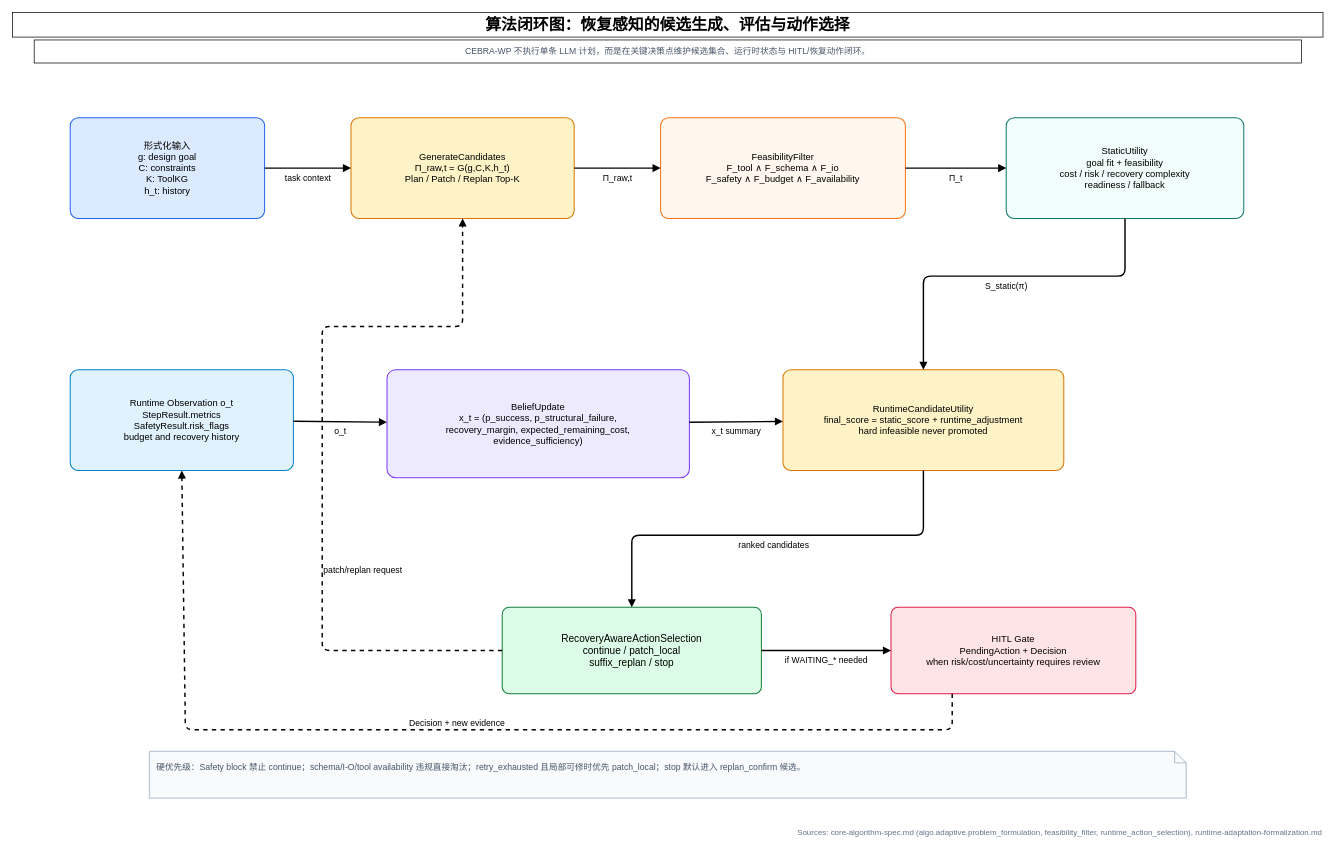
This is paper/figures/algorithm-loop.drawio from Yuri-Kon/thesis-project, a draw.io file, before an edit. Source tidied: cells renumbered, new cells numbered last; positions are measured from the earlier drawing's top-left corner, leaving out a move shared by most shapes. Both pictures are drawn from the tidied source at 72%, with x=0, y=0 at pixel (12, 12).
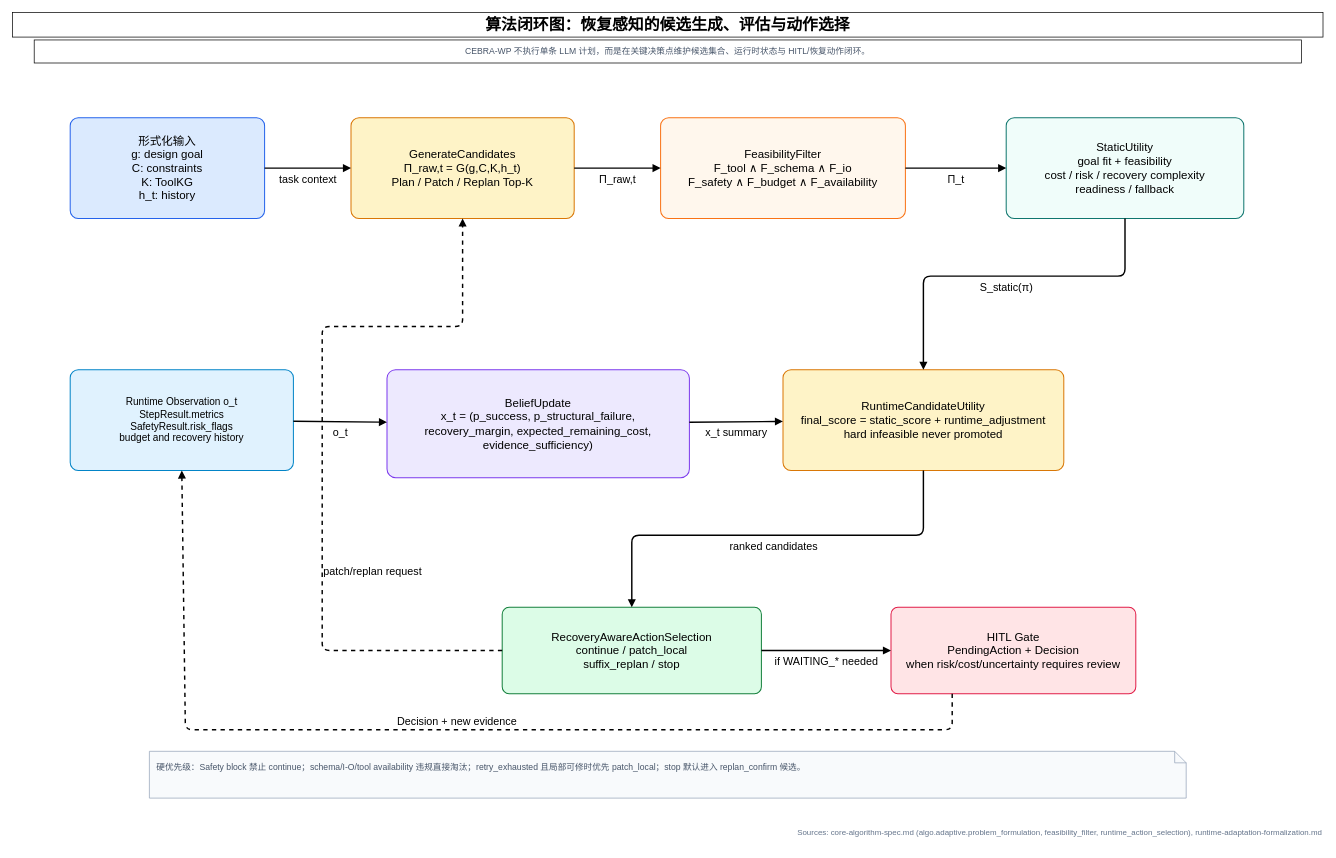
The same diagram, later.

Diff of the diagram source:
```diff
@@
-    <mxCell id="4" value="形式化输入&lt;br&gt;g: design goal&lt;br&gt;C: constraints&lt;br&gt;K: ToolKG&lt;br&gt;h_t: history" style="rounded=1;whiteSpace=wrap;html=1;arcSize=8;fillColor=#DBEAFE;strokeColor=#2563EB;strokeWidth=1.4;fontFamily=Helvetica;fontSize=13;align=center;verticalAlign=middle;spacing=8;" parent="1" vertex="1">
+    <mxCell id="4" value="&lt;font style=&quot;font-size: 16px;&quot;&gt;形式化输入&lt;br&gt;g: design goal&lt;br&gt;C: constraints&lt;br&gt;K: ToolKG&lt;br&gt;h_t: history&lt;/font&gt;" style="rounded=1;whiteSpace=wrap;html=1;arcSize=8;fillColor=#DBEAFE;strokeColor=#2563EB;strokeWidth=1.4;fontFamily=Helvetica;fontSize=13;align=center;verticalAlign=middle;spacing=8;" parent="1" vertex="1">
       <mxGeometry x="80" y="146" width="270" height="140" as="geometry" />
     </mxCell>
-    <mxCell id="5" value="GenerateCandidates&lt;br&gt;Π_raw,t = G(g,C,K,h_t)&lt;br&gt;Plan / Patch / Replan Top-K" style="rounded=1;whiteSpace=wrap;html=1;arcSize=8;fillColor=#FEF3C7;strokeColor=#D97706;strokeWidth=1.4;fontFamily=Helvetica;fontSize=13;align=center;verticalAlign=middle;spacing=8;" parent="1" vertex="1">
+    <mxCell id="5" value="&lt;font style=&quot;font-size: 16px;&quot;&gt;GenerateCandidates&lt;br&gt;Π_raw,t = G(g,C,K,h_t)&lt;br&gt;Plan / Patch / Replan Top-K&lt;/font&gt;" style="rounded=1;whiteSpace=wrap;html=1;arcSize=8;fillColor=#FEF3C7;strokeColor=#D97706;strokeWidth=1.4;fontFamily=Helvetica;fontSize=13;align=center;verticalAlign=middle;spacing=8;" parent="1" vertex="1">
       <mxGeometry x="470" y="146" width="310" height="140" as="geometry" />
     </mxCell>
-    <mxCell id="6" value="FeasibilityFilter&lt;br&gt;F_tool ∧ F_schema ∧ F_io&lt;br&gt;F_safety ∧ F_budget ∧ F_availability" style="rounded=1;whiteSpace=wrap;html=1;arcSize=8;fillColor=#FFF7ED;strokeColor=#F97316;strokeWidth=1.4;fontFamily=Helvetica;fontSize=13;align=center;verticalAlign=middle;spacing=8;" parent="1" vertex="1">
+    <mxCell id="6" value="&lt;font style=&quot;font-size: 16px;&quot;&gt;FeasibilityFilter&lt;br&gt;F_tool ∧ F_schema ∧ F_io&lt;br&gt;F_safety ∧ F_budget ∧ F_availability&lt;/font&gt;" style="rounded=1;whiteSpace=wrap;html=1;arcSize=8;fillColor=#FFF7ED;strokeColor=#F97316;strokeWidth=1.4;fontFamily=Helvetica;fontSize=13;align=center;verticalAlign=middle;spacing=8;" parent="1" vertex="1">
       <mxGeometry x="900" y="146" width="340" height="140" as="geometry" />
     </mxCell>
-    <mxCell id="7" value="StaticUtility&lt;br&gt;goal fit + feasibility&lt;br&gt;cost / risk / recovery complexity&lt;br&gt;readiness / fallback" style="rounded=1;whiteSpace=wrap;html=1;arcSize=8;fillColor=#F0FDFA;strokeColor=#0F766E;strokeWidth=1.4;fontFamily=Helvetica;fontSize=13;align=center;verticalAlign=middle;spacing=8;" parent="1" vertex="1">
+    <mxCell id="7" value="&lt;font style=&quot;font-size: 16px;&quot;&gt;StaticUtility&lt;br&gt;goal fit + feasibility&lt;br&gt;cost / risk / recovery complexity&lt;br&gt;readiness / fallback&lt;/font&gt;" style="rounded=1;whiteSpace=wrap;html=1;arcSize=8;fillColor=#F0FDFA;strokeColor=#0F766E;strokeWidth=1.4;fontFamily=Helvetica;fontSize=13;align=center;verticalAlign=middle;spacing=8;" parent="1" vertex="1">
       <mxGeometry x="1380" y="146" width="330" height="140" as="geometry" />
     </mxCell>
-    <mxCell id="8" value="Runtime Observation o_t&lt;br&gt;StepResult.metrics&lt;br&gt;SafetyResult.risk_flags&lt;br&gt;budget and recovery history" style="rounded=1;whiteSpace=wrap;html=1;arcSize=8;fillColor=#E0F2FE;strokeColor=#0284C7;strokeWidth=1.4;fontFamily=Helvetica;fontSize=13;align=center;verticalAlign=middle;spacing=8;" parent="1" vertex="1">
+    <mxCell id="8" value="&lt;font style=&quot;font-size: 14px;&quot;&gt;Runtime Observation o_t&lt;br&gt;StepResult.metrics&lt;br&gt;SafetyResult.risk_flags&lt;br&gt;budget and recovery history&lt;/font&gt;" style="rounded=1;whiteSpace=wrap;html=1;arcSize=8;fillColor=#E0F2FE;strokeColor=#0284C7;strokeWidth=1.4;fontFamily=Helvetica;fontSize=13;align=center;verticalAlign=middle;spacing=8;" parent="1" vertex="1">
       <mxGeometry x="80" y="496" width="310" height="140" as="geometry" />
     </mxCell>
-    <mxCell id="9" value="BeliefUpdate&lt;br&gt;x_t = (p_success, p_structural_failure,&lt;br&gt;recovery_margin, expected_remaining_cost,&lt;br&gt;evidence_sufficiency)" style="rounded=1;whiteSpace=wrap;html=1;arcSize=8;fillColor=#EDE9FE;strokeColor=#7C3AED;strokeWidth=1.4;fontFamily=Helvetica;fontSize=13;align=center;verticalAlign=middle;spacing=8;" parent="1" vertex="1">
+    <mxCell id="9" value="&lt;font style=&quot;font-size: 16px;&quot;&gt;BeliefUpdate&lt;br&gt;x_t = (p_success, p_structural_failure,&lt;br&gt;recovery_margin, expected_remaining_cost,&lt;br&gt;evidence_sufficiency)&lt;/font&gt;" style="rounded=1;whiteSpace=wrap;html=1;arcSize=8;fillColor=#EDE9FE;strokeColor=#7C3AED;strokeWidth=1.4;fontFamily=Helvetica;fontSize=13;align=center;verticalAlign=middle;spacing=8;" parent="1" vertex="1">
       <mxGeometry x="520" y="496" width="420" height="150" as="geometry" />
     </mxCell>
-    <mxCell id="10" value="RuntimeCandidateUtility&lt;br&gt;final_score = static_score + runtime_adjustment&lt;br&gt;hard infeasible never promoted" style="rounded=1;whiteSpace=wrap;html=1;arcSize=8;fillColor=#FEF3C7;strokeColor=#D97706;strokeWidth=1.4;fontFamily=Helvetica;fontSize=13;align=center;verticalAlign=middle;spacing=8;" parent="1" vertex="1">
+    <mxCell id="10" value="&lt;font style=&quot;font-size: 16px;&quot;&gt;RuntimeCandidateUtility&lt;br&gt;final_score = static_score + runtime_adjustment&lt;br&gt;hard infeasible never promoted&lt;/font&gt;" style="rounded=1;whiteSpace=wrap;html=1;arcSize=8;fillColor=#FEF3C7;strokeColor=#D97706;strokeWidth=1.4;fontFamily=Helvetica;fontSize=13;align=center;verticalAlign=middle;spacing=8;" parent="1" vertex="1">
       <mxGeometry x="1070" y="496" width="390" height="140" as="geometry" />
     </mxCell>
-    <mxCell id="11" value="RecoveryAwareActionSelection&lt;br&gt;continue / patch_local&lt;br&gt;suffix_replan / stop" style="rounded=1;whiteSpace=wrap;html=1;arcSize=8;fillColor=#DCFCE7;strokeColor=#15803D;strokeWidth=1.4;fontFamily=Helvetica;fontSize=14;align=center;verticalAlign=middle;spacing=8;" parent="1" vertex="1">
+    <mxCell id="11" value="&lt;font style=&quot;font-size: 16px;&quot;&gt;RecoveryAwareActionSelection&lt;br&gt;continue / patch_local&lt;br&gt;suffix_replan / stop&lt;/font&gt;" style="rounded=1;whiteSpace=wrap;html=1;arcSize=8;fillColor=#DCFCE7;strokeColor=#15803D;strokeWidth=1.4;fontFamily=Helvetica;fontSize=14;align=center;verticalAlign=middle;spacing=8;" parent="1" vertex="1">
       <mxGeometry x="680" y="826" width="360" height="120" as="geometry" />
     </mxCell>
-    <mxCell id="12" value="HITL Gate&lt;br&gt;PendingAction + Decision&lt;br&gt;when risk/cost/uncertainty requires review" style="rounded=1;whiteSpace=wrap;html=1;arcSize=8;fillColor=#FFE4E6;strokeColor=#E11D48;strokeWidth=1.4;fontFamily=Helvetica;fontSize=13;align=center;verticalAlign=middle;spacing=8;" parent="1" vertex="1">
+    <mxCell id="12" value="&lt;font style=&quot;font-size: 16px;&quot;&gt;HITL Gate&lt;br&gt;PendingAction + Decision&lt;br&gt;when risk/cost/uncertainty requires review&lt;/font&gt;" style="rounded=1;whiteSpace=wrap;html=1;arcSize=8;fillColor=#FFE4E6;strokeColor=#E11D48;strokeWidth=1.4;fontFamily=Helvetica;fontSize=13;align=center;verticalAlign=middle;spacing=8;" parent="1" vertex="1">
       <mxGeometry x="1220" y="826" width="340" height="120" as="geometry" />
     </mxCell>
-    <mxCell id="13" value="task context" style="endArrow=block;html=1;rounded=1;strokeWidth=2;fontSize=12;fontFamily=Helvetica;labelBackgroundColor=none;labelPosition=center;verticalLabelPosition=bottom;align=center;verticalAlign=top;" parent="1" edge="1" source="4" target="5">
+    <mxCell id="13" value="task context" style="endArrow=block;html=1;rounded=1;strokeWidth=2;fontSize=15;fontFamily=Helvetica;labelBackgroundColor=none;labelPosition=center;verticalLabelPosition=bottom;align=center;verticalAlign=top;" parent="1" edge="1" source="4" target="5">
       <mxGeometry relative="1" as="geometry" />
     </mxCell>
-    <mxCell id="14" value="Π_raw,t" style="endArrow=block;html=1;rounded=1;strokeWidth=2;fontSize=12;fontFamily=Helvetica;labelBackgroundColor=none;labelPosition=center;verticalLabelPosition=bottom;align=center;verticalAlign=top;" parent="1" edge="1" source="5" target="6">
+    <mxCell id="14" value="Π_raw,t" style="endArrow=block;html=1;rounded=1;strokeWidth=2;fontSize=15;fontFamily=Helvetica;labelBackgroundColor=none;labelPosition=center;verticalLabelPosition=bottom;align=center;verticalAlign=top;" parent="1" edge="1" source="5" target="6">
       <mxGeometry relative="1" as="geometry" />
     </mxCell>
-    <mxCell id="15" value="Π_t" style="endArrow=block;html=1;rounded=1;strokeWidth=2;fontSize=12;fontFamily=Helvetica;labelBackgroundColor=none;labelPosition=center;verticalLabelPosition=bottom;align=center;verticalAlign=top;" parent="1" edge="1" source="6" target="7">
+    <mxCell id="15" value="Π_t" style="endArrow=block;html=1;rounded=1;strokeWidth=2;fontSize=15;fontFamily=Helvetica;labelBackgroundColor=none;labelPosition=center;verticalLabelPosition=bottom;align=center;verticalAlign=top;" parent="1" edge="1" source="6" target="7">
       <mxGeometry relative="1" as="geometry" />
     </mxCell>
-    <mxCell id="16" value="S_static(π)" style="endArrow=block;html=1;rounded=1;strokeWidth=2;fontSize=12;fontFamily=Helvetica;labelBackgroundColor=none;labelPosition=center;verticalLabelPosition=bottom;align=center;verticalAlign=top;" parent="1" edge="1" source="7" target="10">
+    <mxCell id="16" value="S_static(π)" style="endArrow=block;html=1;rounded=1;strokeWidth=2;fontSize=15;fontFamily=Helvetica;labelBackgroundColor=none;labelPosition=center;verticalLabelPosition=bottom;align=center;verticalAlign=top;" parent="1" edge="1" source="7" target="10">
       <mxGeometry relative="1" as="geometry">
         <Array as="points">
           <mxPoint x="1545" y="366" />
           <mxPoint x="1265" y="366" />
         </Array>
       </mxGeometry>
     </mxCell>
-    <mxCell id="17" value="o_t" style="endArrow=block;html=1;rounded=1;strokeWidth=2;fontSize=12;fontFamily=Helvetica;labelBackgroundColor=none;labelPosition=center;verticalLabelPosition=bottom;align=center;verticalAlign=top;" parent="1" edge="1" source="8" target="9">
+    <mxCell id="17" value="o_t" style="endArrow=block;html=1;rounded=1;strokeWidth=2;fontSize=15;fontFamily=Helvetica;labelBackgroundColor=none;labelPosition=center;verticalLabelPosition=bottom;align=center;verticalAlign=top;" parent="1" edge="1" source="8" target="9">
       <mxGeometry relative="1" as="geometry" />
     </mxCell>
-    <mxCell id="18" value="x_t summary" style="endArrow=block;html=1;rounded=1;strokeWidth=2;fontSize=12;fontFamily=Helvetica;labelBackgroundColor=none;labelPosition=center;verticalLabelPosition=bottom;align=center;verticalAlign=top;" parent="1" edge="1" source="9" target="10">
+    <mxCell id="18" value="x_t summary" style="endArrow=block;html=1;rounded=1;strokeWidth=2;fontSize=15;fontFamily=Helvetica;labelBackgroundColor=none;labelPosition=center;verticalLabelPosition=bottom;align=center;verticalAlign=top;" parent="1" edge="1" source="9" target="10">
       <mxGeometry relative="1" as="geometry" />
     </mxCell>
-    <mxCell id="19" value="ranked candidates" style="endArrow=block;html=1;rounded=1;strokeWidth=2;fontSize=12;fontFamily=Helvetica;labelBackgroundColor=none;labelPosition=center;verticalLabelPosition=bottom;align=center;verticalAlign=top;" parent="1" edge="1" source="10" target="11">
+    <mxCell id="19" value="ranked candidates" style="endArrow=block;html=1;rounded=1;strokeWidth=2;fontSize=15;fontFamily=Helvetica;labelBackgroundColor=none;labelPosition=center;verticalLabelPosition=bottom;align=center;verticalAlign=top;" parent="1" edge="1" source="10" target="11">
       <mxGeometry relative="1" as="geometry">
         <Array as="points">
           <mxPoint x="1265" y="726" />
           <mxPoint x="860" y="726" />
         </Array>
       </mxGeometry>
     </mxCell>
-    <mxCell id="20" value="if WAITING_* needed" style="endArrow=block;html=1;rounded=1;strokeWidth=2;fontSize=12;fontFamily=Helvetica;labelBackgroundColor=none;labelPosition=center;verticalLabelPosition=bottom;align=center;verticalAlign=top;" parent="1" edge="1" source="11" target="12">
+    <mxCell id="20" value="if WAITING_* needed" style="endArrow=block;html=1;rounded=1;strokeWidth=2;fontSize=15;fontFamily=Helvetica;labelBackgroundColor=none;labelPosition=center;verticalLabelPosition=bottom;align=center;verticalAlign=top;" parent="1" edge="1" source="11" target="12">
       <mxGeometry relative="1" as="geometry" />
     </mxCell>
-    <mxCell id="21" value="Decision + new evidence" style="endArrow=block;html=1;rounded=1;strokeWidth=2;fontSize=12;fontFamily=Helvetica;labelBackgroundColor=none;dashed=1;entryX=0.5;entryY=1;entryDx=0;entryDy=0;exitX=0.25;exitY=1;exitDx=0;exitDy=0;labelPosition=center;verticalLabelPosition=top;align=center;verticalAlign=bottom;" parent="1" edge="1" source="12" target="8">
+    <mxCell id="21" value="Decision + new evidence" style="endArrow=block;html=1;rounded=1;strokeWidth=2;fontSize=15;fontFamily=Helvetica;labelBackgroundColor=none;dashed=1;entryX=0.5;entryY=1;entryDx=0;entryDy=0;exitX=0.25;exitY=1;exitDx=0;exitDy=0;labelPosition=center;verticalLabelPosition=top;align=center;verticalAlign=bottom;" parent="1" edge="1" source="12" target="8">
       <mxGeometry relative="1" as="geometry">
         <Array as="points">
           <mxPoint x="1305" y="996" />
           <mxPoint x="240" y="996" />
         </Array>
       </mxGeometry>
     </mxCell>
-    <mxCell id="22" value="patch/replan request" style="endArrow=block;html=1;rounded=1;strokeWidth=2;fontSize=12;fontFamily=Helvetica;labelBackgroundColor=none;dashed=1;exitX=0;exitY=0.5;exitDx=0;exitDy=0;labelPosition=right;verticalLabelPosition=middle;align=left;verticalAlign=middle;" parent="1" edge="1" source="11" target="5">
+    <mxCell id="22" value="patch/replan request" style="endArrow=block;html=1;rounded=1;strokeWidth=2;fontSize=15;fontFamily=Helvetica;labelBackgroundColor=none;dashed=1;exitX=0;exitY=0.5;exitDx=0;exitDy=0;labelPosition=right;verticalLabelPosition=middle;align=left;verticalAlign=middle;" parent="1" edge="1" source="11" target="5">
       <mxGeometry x="-0.31" relative="1" as="geometry">
         <Array as="points">
           <mxPoint x="430" y="886" />
           <mxPoint x="430" y="436" />
           <mxPoint x="625" y="436" />
         </Array>
       </mxGeometry>
     </mxCell>
```
